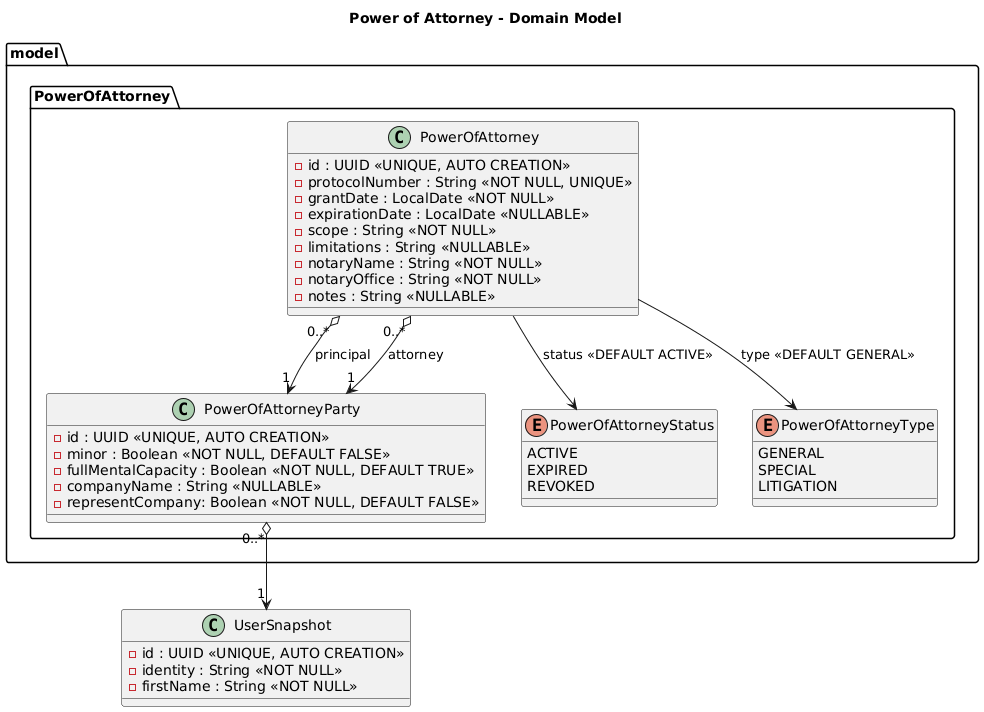
miw-upm/apaw keeps this PlantUML diagram as docs/models/powerOfAttorney_UML.png. Above is the earlier version.
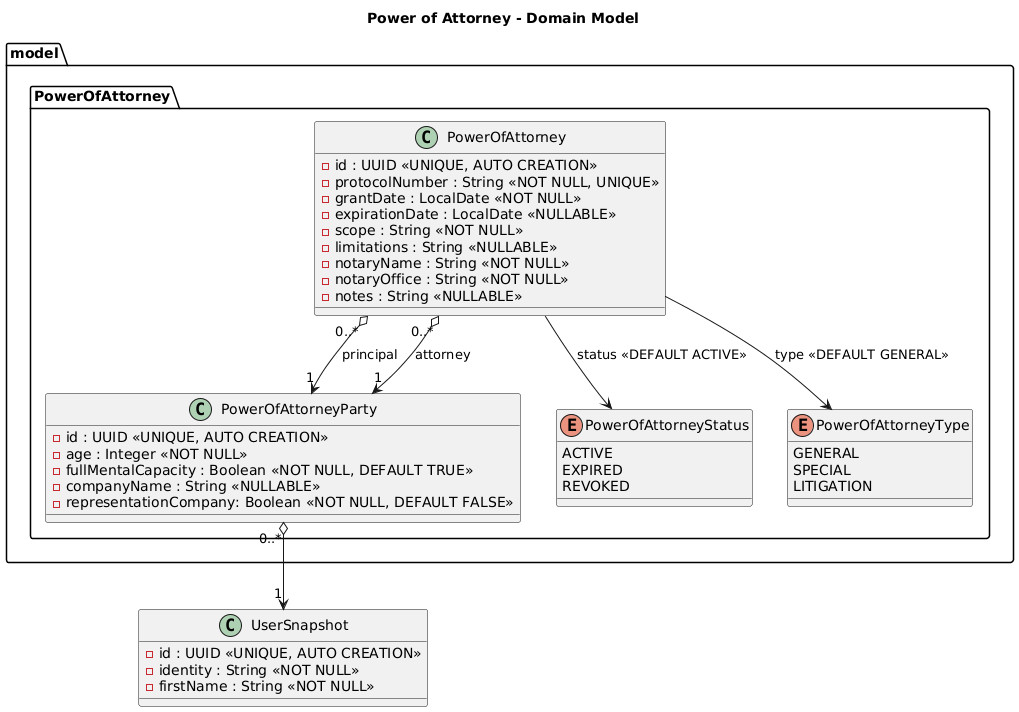
Above is the later version.

Commit message:
Add integer variable on diagram UML PowerOfAttorney miw-upm/apaw#63

The edit, as a diff of the source:
```diff
@@ -19,10 +19,10 @@
 
         class PowerOfAttorneyParty {
             -id : UUID <<UNIQUE, AUTO CREATION>>
-            -minor : Boolean <<NOT NULL, DEFAULT FALSE>>
+            -age : Integer <<NOT NULL>>
             -fullMentalCapacity : Boolean <<NOT NULL, DEFAULT TRUE>>
             -companyName : String <<NULLABLE>>
-            -representCompany: Boolean <<NOT NULL, DEFAULT FALSE>>
+            -representationCompany: Boolean <<NOT NULL, DEFAULT FALSE>>
         }
 
         enum PowerOfAttorneyStatus {
```
